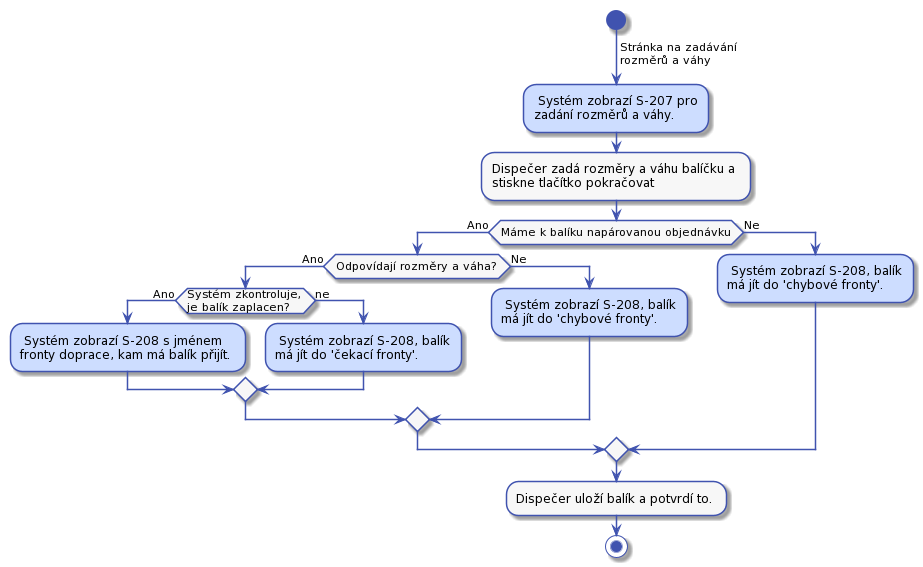
Internet-Handel/postman keeps this PlantUML diagram as diagrams/out/uc-21-activity-4.png. Above is the earlier version.
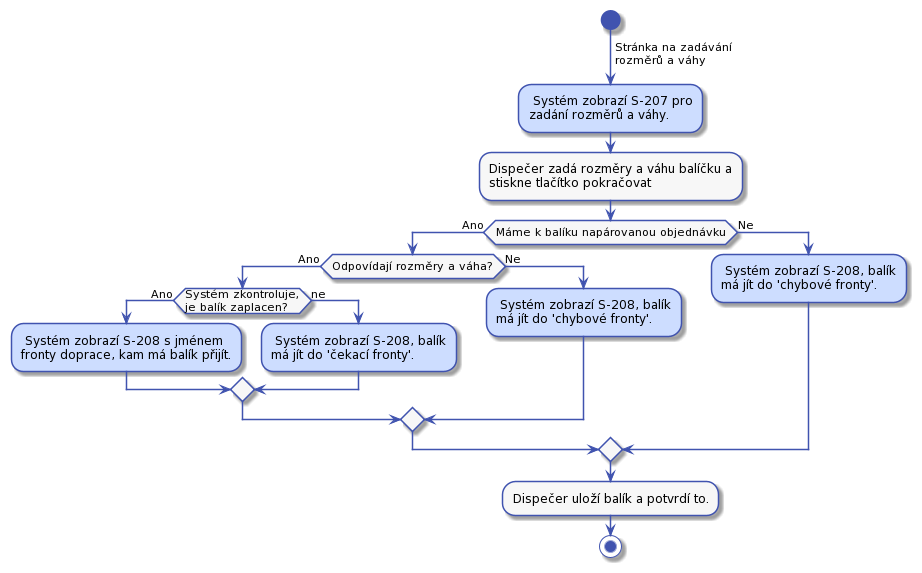
After the commit.

The edit, as a diff of the source:
```diff
@@ -1,69 +1,72 @@
 @startuml
+!$col1 = "#F7F7F7"
 
+!$col2 = "#CDDDFF"
 
+!$col4 = "#4053AF"
 
 skinparam activity {
-    BorderColor #4053AF
-    ArrowColor #4053AF
+    BorderColor $col4
+    ArrowColor $col4
     FontName Roboto
-    BackgroundColor #F7F7F7
-    StartColor #4053AF
-    EndColor #4053AF
+    BackgroundColor $col1
+    StartColor $col4
+    EndColor $col4
 }
 
 skinparam activityDiamond {
-    BorderColor #4053AF
-    ArrowColor #4053AF
+    BorderColor $col4
+    ArrowColor $col4
     FontName Roboto
-    BackgroundColor #F7F7F7
+    BackgroundColor $col1
 }
 
 skinparam actor {
-    BorderColor #4053AF
-    ArrowColor #4053AF
+    BorderColor $col4
+    ArrowColor $col4
     FontName Roboto
-    BackgroundColor #F7F7F7
+    BackgroundColor $col1
 }
 
 skinparam useCase {
-    BorderColor #4053AF
-    ArrowColor #4053AF
+    BorderColor $col4
+    ArrowColor $col4
     FontName Roboto
-    BackgroundColor #F7F7F7
+    BackgroundColor $col1
 }
 
 skinparam state {
-    BorderColor #4053AF
-    ArrowColor #4053AF
+    BorderColor $col4
+    ArrowColor $col4
     FontName Roboto
-    BackgroundColor #F7F7F7
+    BackgroundColor $col1
 }
 
 skinparam sequence {
-    ParticipantBorderColor #4053AF
-    ParticipantBackgroundColor #F7F7F7
+    ParticipantBorderColor $col4
+    ParticipantBackgroundColor $col1
 }
 
 skinparam note {
-    BorderColor #4053AF
-    BackgroundColor #F7F7F7
+    BorderColor $col4
+    BackgroundColor $col1
 }
 
 skinparam object {
-    BorderColor #4053AF
-    BackgroundColor #F7F7F7
+    BorderColor $col4
+    BackgroundColor $col1
 }
 
 skinparam class {
-    BorderColor #4053AF
-    BackgroundColor #F7F7F7
+    BorderColor $col4
+    BackgroundColor $col1
 }
 
 
 start
 -> Stránka na zadávání\nrozměrů a váhy;
 
-#CDDDFF: Systém zobrazí S-207 pro
+$col2: Systém zobrazí S-207 pro
 zadání rozměrů a váhy.;
 :Dispečer zadá rozměry a váhu balíčku a
 stiskne tlačítko pokračovat;
@@ -71,18 +74,18 @@
 if (Máme k balíku napárovanou objednávku) then (Ano)
     if (Odpovídají rozměry a váha?) then (Ano)
         if (Systém zkontroluje,\nje balík zaplacen?) then (Ano)
-            #CDDDFF: Systém zobrazí S-208 s jménem
+            $col2: Systém zobrazí S-208 s jménem
             fronty doprace, kam má balík přijít.;
         else (ne)
-            #CDDDFF: Systém zobrazí S-208, balík
+            $col2: Systém zobrazí S-208, balík
             má jít do 'čekací fronty'.;
         endif
     else (Ne)
-        #CDDDFF: Systém zobrazí S-208, balík
+        $col2: Systém zobrazí S-208, balík
         má jít do 'chybové fronty'.;
     endif
 else (Ne)
-    #CDDDFF: Systém zobrazí S-208, balík
+    $col2: Systém zobrazí S-208, balík
     má jít do 'chybové fronty'.;
 endif
 
```
